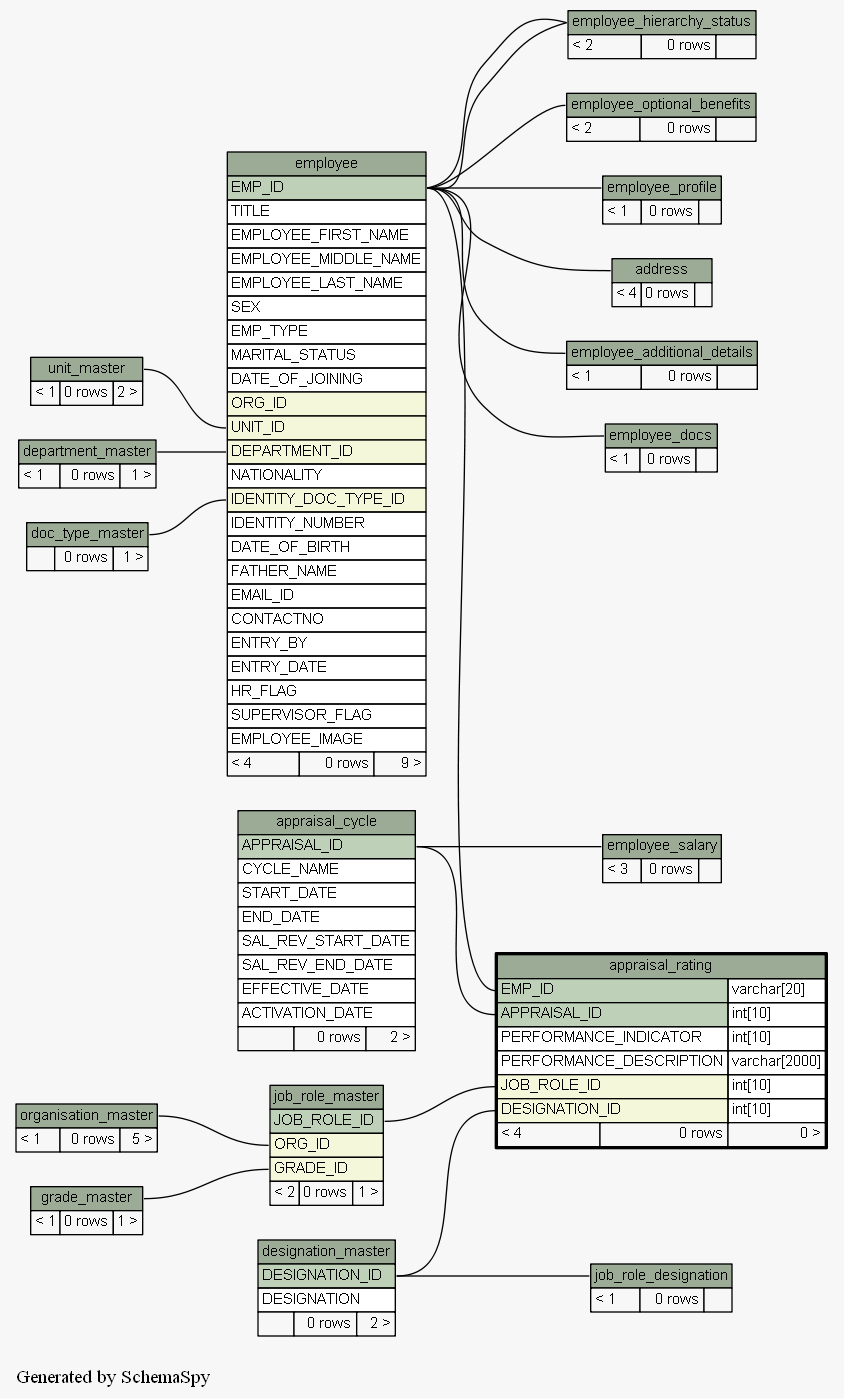
The Graphviz diagram docs/database/schemaspy/graphs/appraisal_rating.2degrees.png in engineerscraft/hrms, before a commit. Its source is kept beside it as docs/database/schemaspy/graphs/appraisal_rating.2degrees.dot.
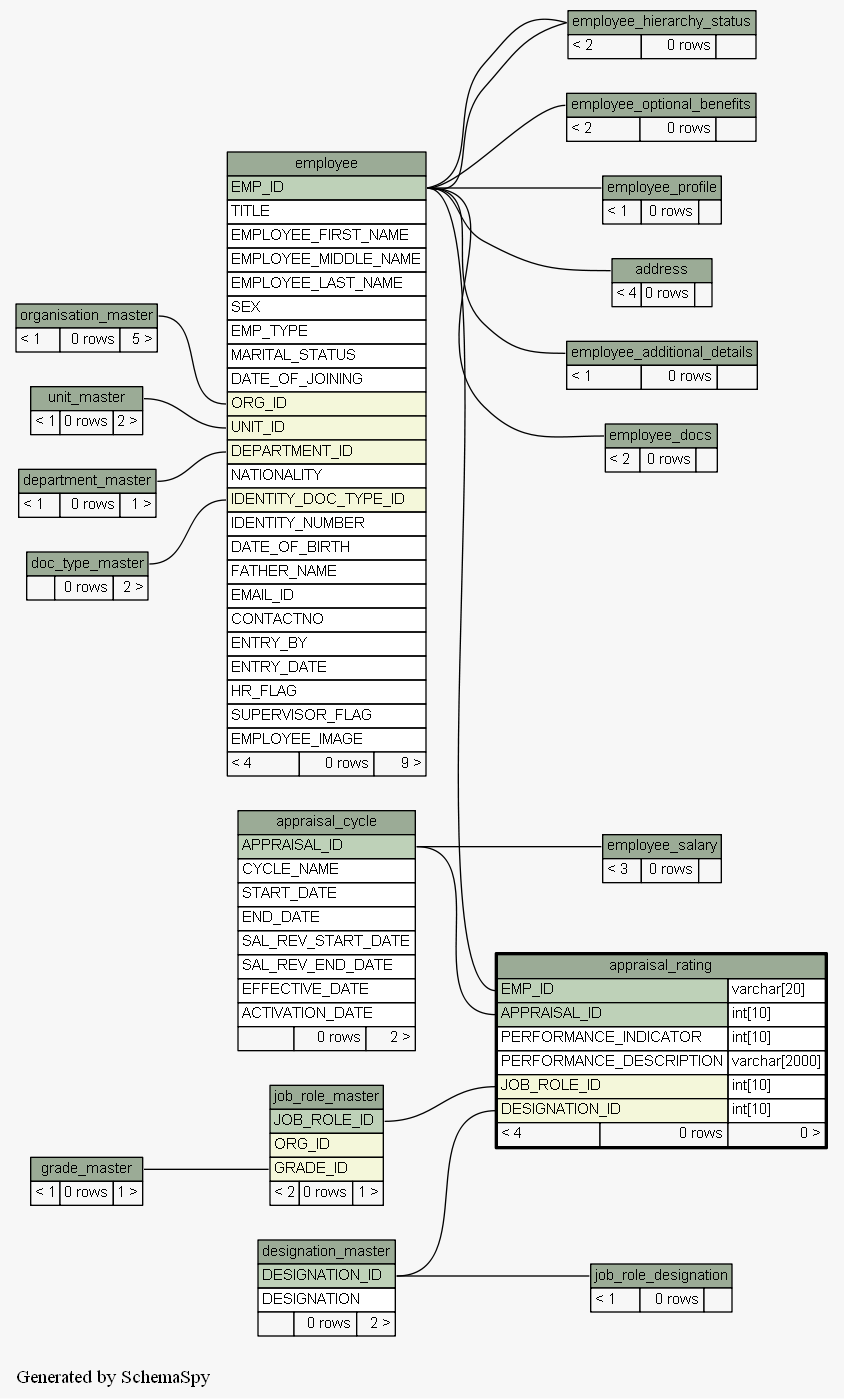
After the change.

The edit, as a diff of the source:
```diff
@@ -20,6 +20,7 @@
   "appraisal_rating":"JOB_ROLE_ID":w -> "job_role_master":"JOB_ROLE_ID":e [arrowtail=crowodot arrowhead=none];
   "employee":"DEPARTMENT_ID":w -> "department_master":"department_master.heading":e [arrowtail=crowodot arrowhead=none];
   "employee":"IDENTITY_DOC_TYPE_ID":w -> "doc_type_master":"doc_type_master.heading":e [arrowtail=crowodot arrowhead=none];
+  "employee":"ORG_ID":w -> "organisation_master":"organisation_master.heading":e [arrowtail=crowodot arrowhead=none];
   "employee":"UNIT_ID":w -> "unit_master":"unit_master.heading":e [arrowtail=crowodot arrowhead=none];
   "employee_additional_details":"employee_additional_details.heading":w -> "employee":"EMP_ID":e [arrowtail=tee arrowhead=none];
   "employee_docs":"employee_docs.heading":w -> "employee":"EMP_ID":e [arrowtail=crowtee arrowhead=none];
@@ -30,7 +31,6 @@
   "employee_salary":"employee_salary.heading":w -> "appraisal_cycle":"APPRAISAL_ID":e [arrowtail=crowtee arrowhead=none];
   "job_role_designation":"job_role_designation.heading":w -> "designation_master":"DESIGNATION_ID":e [arrowtail=crowtee arrowhead=none];
   "job_role_master":"GRADE_ID":w -> "grade_master":"grade_master.heading":e [arrowtail=crowodot arrowhead=none];
-  "job_role_master":"ORG_ID":w -> "organisation_master":"organisation_master.heading":e [arrowtail=crowodot arrowhead=none];
   "address" [
     label=<
     <TABLE BORDER="0" CELLBORDER="1" CELLSPACING="0" BGCOLOR="#ffffff">
@@ -96,7 +96,7 @@
     label=<
     <TABLE BORDER="0" CELLBORDER="1" CELLSPACING="0" BGCOLOR="#ffffff">
       <TR><TD PORT="doc_type_master.heading" COLSPAN="3" BGCOLOR="#9bab96" ALIGN="CENTER">doc_type_master</TD></TR>
-      <TR><TD ALIGN="LEFT" BGCOLOR="#f7f7f7">  </TD><TD ALIGN="RIGHT" BGCOLOR="#f7f7f7">0 rows</TD><TD ALIGN="RIGHT" BGCOLOR="#f7f7f7">1 &gt;</TD></TR>
+      <TR><TD ALIGN="LEFT" BGCOLOR="#f7f7f7">  </TD><TD ALIGN="RIGHT" BGCOLOR="#f7f7f7">0 rows</TD><TD ALIGN="RIGHT" BGCOLOR="#f7f7f7">2 &gt;</TD></TR>
     </TABLE>>
     URL="doc_type_master.html#graph"
     tooltip="doc_type_master"
@@ -147,7 +147,7 @@
     label=<
     <TABLE BORDER="0" CELLBORDER="1" CELLSPACING="0" BGCOLOR="#ffffff">
       <TR><TD PORT="employee_docs.heading" COLSPAN="3" BGCOLOR="#9bab96" ALIGN="CENTER">employee_docs</TD></TR>
-      <TR><TD ALIGN="LEFT" BGCOLOR="#f7f7f7">&lt; 1</TD><TD ALIGN="RIGHT" BGCOLOR="#f7f7f7">0 rows</TD><TD ALIGN="RIGHT" BGCOLOR="#f7f7f7">  </TD></TR>
+      <TR><TD ALIGN="LEFT" BGCOLOR="#f7f7f7">&lt; 2</TD><TD ALIGN="RIGHT" BGCOLOR="#f7f7f7">0 rows</TD><TD ALIGN="RIGHT" BGCOLOR="#f7f7f7">  </TD></TR>
     </TABLE>>
     URL="employee_docs.html#graph"
     tooltip="employee_docs"
```
